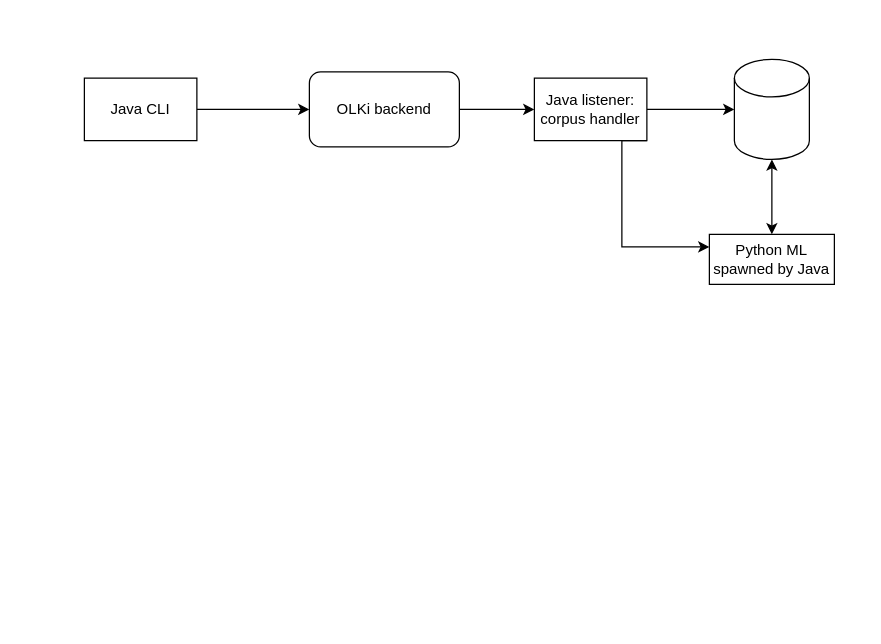
Before: olkiml.drawio in cerisara/draws, a draw.io diagram. Source tidied: cells renumbered, new cells numbered last; positions are measured from the earlier drawing's top-left corner, leaving out a move shared by most shapes. Both pictures are drawn from the tidied source at 125%, with x=0, y=0 at pixel (84, 59).
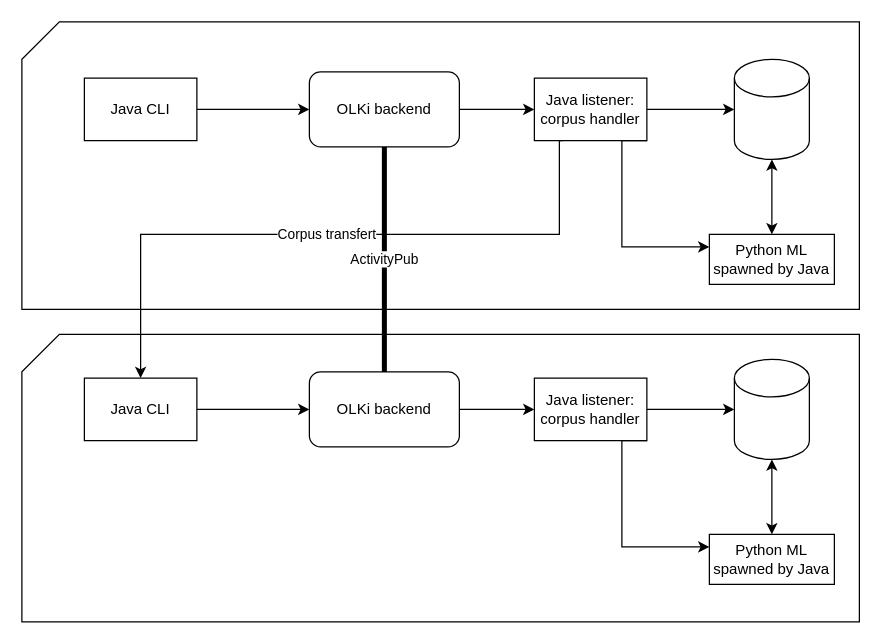
After the change.

Unchanged cells that the change refers to:
```xml
<mxCell id="3" value="&lt;div&gt;OLKi backend&lt;/div&gt;" style="rounded=1;whiteSpace=wrap;html=1;" parent="1" vertex="1">
  <mxGeometry x="180" y="10" width="120" height="60" as="geometry" />
</mxCell>
<mxCell id="7" value="&lt;div&gt;Java listener:&lt;/div&gt;&lt;div&gt;corpus handler&lt;br&gt;&lt;/div&gt;" style="rounded=0;whiteSpace=wrap;html=1;" parent="1" vertex="1">
  <mxGeometry x="360" y="15" width="90" height="50" as="geometry" />
</mxCell>
```

Diff of the diagram source:
```diff
@@
+    <mxCell id="12" style="shape=card;whiteSpace=wrap;html=1;" parent="1" vertex="1">
+      <mxGeometry x="-50" y="220" width="670" height="230" as="geometry" />
+    </mxCell>
+    <mxCell id="13" style="shape=card;whiteSpace=wrap;html=1;" parent="1" vertex="1">
+      <mxGeometry x="-50" y="-30" width="670" height="230" as="geometry" />
+    </mxCell>
@@
+    <mxCell id="14" value="ActivityPub" style="edgeStyle=orthogonalEdgeStyle;rounded=0;jettySize=auto;html=1;exitX=0.5;exitY=1;exitDx=0;exitDy=0;startArrow=none;startFill=0;endArrow=none;endFill=0;strokeWidth=4;" parent="1" edge="1" source="3" target="17">
+      <mxGeometry relative="1" as="geometry" />
+    </mxCell>
@@
+    <mxCell id="15" value="Corpus transfert" style="edgeStyle=orthogonalEdgeStyle;rounded=0;jettySize=auto;html=1;exitX=0.25;exitY=1;exitDx=0;exitDy=0;startArrow=none;startFill=0;endArrow=classic;endFill=1;" parent="1" edge="1" source="7" target="25">
+      <mxGeometry relative="1" as="geometry">
+        <Array as="points">
+          <mxPoint x="380" y="65" />
+          <mxPoint x="380" y="140" />
+          <mxPoint x="45" y="140" />
+        </Array>
+      </mxGeometry>
+    </mxCell>
@@
+    <mxCell id="16" style="edgeStyle=orthogonalEdgeStyle;rounded=0;jettySize=auto;html=1;exitX=1;exitY=0.5;exitDx=0;exitDy=0;entryX=0;entryY=0.5;entryDx=0;entryDy=0;" parent="1" edge="1" source="17" target="21">
+      <mxGeometry relative="1" as="geometry" />
+    </mxCell>
+    <mxCell id="17" value="&lt;div&gt;OLKi backend&lt;/div&gt;" style="rounded=1;whiteSpace=wrap;html=1;" parent="1" vertex="1">
+      <mxGeometry x="180" y="250" width="120" height="60" as="geometry" />
+    </mxCell>
+    <mxCell id="18" style="shape=cylinder3;whiteSpace=wrap;html=1;boundedLbl=1;backgroundOutline=1;size=15;" parent="1" vertex="1">
+      <mxGeometry x="520" y="240" width="60" height="80" as="geometry" />
+    </mxCell>
+    <mxCell id="19" style="edgeStyle=orthogonalEdgeStyle;rounded=0;jettySize=auto;html=1;exitX=1;exitY=0.5;exitDx=0;exitDy=0;entryX=0;entryY=0.5;entryDx=0;entryDy=0;entryPerimeter=0;" parent="1" edge="1" source="21" target="18">
+      <mxGeometry relative="1" as="geometry" />
+    </mxCell>
+    <mxCell id="20" style="edgeStyle=orthogonalEdgeStyle;rounded=0;jettySize=auto;html=1;exitX=1;exitY=1;exitDx=0;exitDy=0;entryX=0;entryY=0.25;entryDx=0;entryDy=0;startArrow=none;startFill=0;" parent="1" edge="1" source="21" target="23">
+      <mxGeometry relative="1" as="geometry">
+        <Array as="points">
+          <mxPoint x="430" y="305" />
+          <mxPoint x="430" y="390" />
+        </Array>
+      </mxGeometry>
+    </mxCell>
+    <mxCell id="21" value="&lt;div&gt;Java listener:&lt;/div&gt;&lt;div&gt;corpus handler&lt;br&gt;&lt;/div&gt;" style="rounded=0;whiteSpace=wrap;html=1;" parent="1" vertex="1">
+      <mxGeometry x="360" y="255" width="90" height="50" as="geometry" />
+    </mxCell>
+    <mxCell id="22" style="edgeStyle=orthogonalEdgeStyle;rounded=0;jettySize=auto;html=1;exitX=0.5;exitY=0;exitDx=0;exitDy=0;entryX=0.5;entryY=1;entryDx=0;entryDy=0;entryPerimeter=0;startArrow=classic;startFill=1;" parent="1" edge="1" source="23" target="18">
+      <mxGeometry relative="1" as="geometry" />
+    </mxCell>
+    <mxCell id="23" value="&lt;div&gt;Python ML&lt;/div&gt;&lt;div&gt;spawned by Java&lt;br&gt;&lt;/div&gt;" style="rounded=0;whiteSpace=wrap;html=1;" parent="1" vertex="1">
+      <mxGeometry x="500" y="380" width="100" height="40" as="geometry" />
+    </mxCell>
+    <mxCell id="24" style="edgeStyle=orthogonalEdgeStyle;rounded=0;jettySize=auto;html=1;exitX=1;exitY=0.5;exitDx=0;exitDy=0;entryX=0;entryY=0.5;entryDx=0;entryDy=0;startArrow=none;startFill=0;" parent="1" edge="1" source="25" target="17">
+      <mxGeometry relative="1" as="geometry" />
+    </mxCell>
+    <mxCell id="25" value="Java CLI" style="rounded=0;whiteSpace=wrap;html=1;" parent="1" vertex="1">
+      <mxGeometry y="255" width="90" height="50" as="geometry" />
+    </mxCell>
```
